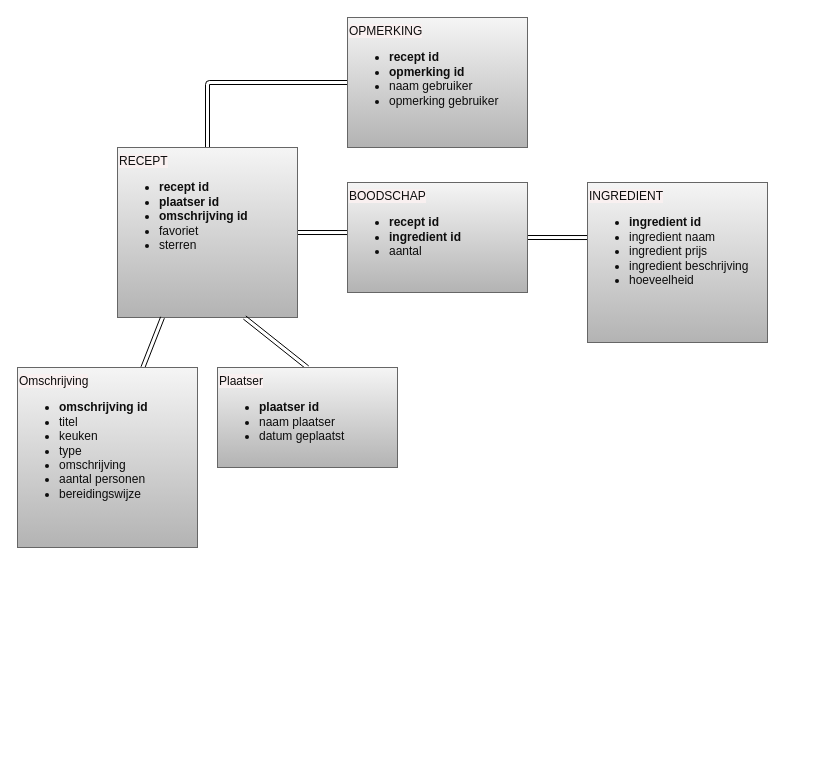
This is Verrukkulluk-ERD.drawio from LiekeDeckers/educom-verrukkulluk, a draw.io file, before an edit. Source tidied: cells renumbered, new cells numbered last; positions are measured from the earlier drawing's top-left corner, leaving out a move shared by most shapes. Both pictures are drawn from the tidied source at 100%, with x=0, y=0 at pixel (17, 17).
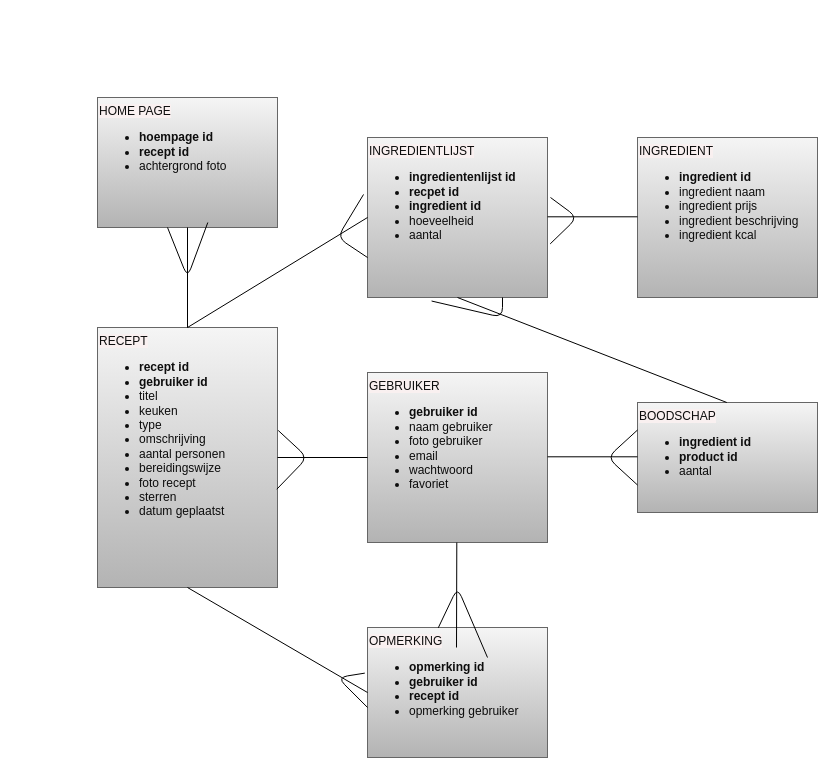
The same page after the edit.

Commit message (it also covers changes not shown here):
VER-ERD-Gegevensmodel-LD-v1 #2

The edit, as a diff of the source:
```diff
@@
-    <mxCell id="2" style="edgeStyle=none;shape=link;html=1;exitX=1;exitY=0.5;exitDx=0;exitDy=0;entryX=0.111;entryY=0.455;entryDx=0;entryDy=0;entryPerimeter=0;fontColor=#0d0d0d;" parent="1" edge="1" source="4" target="6">
-      <mxGeometry relative="1" as="geometry" />
-    </mxCell>
-    <mxCell id="3" style="edgeStyle=none;shape=link;html=1;exitX=0.5;exitY=0;exitDx=0;exitDy=0;entryX=0;entryY=0.5;entryDx=0;entryDy=0;fontColor=#0d0d0d;" parent="1" edge="1" source="4" target="8">
-      <mxGeometry relative="1" as="geometry">
-        <Array as="points">
-          <mxPoint x="190" y="65" />
-        </Array>
-      </mxGeometry>
-    </mxCell>
-    <mxCell id="4" value="&lt;font color=&quot;#0d0d0d&quot;&gt;&lt;span style=&quot;background-color: rgb(249, 240, 240);&quot;&gt;RECEPT&lt;br&gt;&lt;ul&gt;&lt;li&gt;&lt;b&gt;recept id&lt;/b&gt;&lt;/li&gt;&lt;li&gt;&lt;b&gt;plaatser id&lt;/b&gt;&lt;/li&gt;&lt;li&gt;&lt;b&gt;omschrijving id&lt;/b&gt;&lt;/li&gt;&lt;li&gt;favoriet&lt;/li&gt;&lt;li&gt;sterren&lt;/li&gt;&lt;/ul&gt;&lt;/span&gt;&lt;/font&gt;" style="rounded=0;whiteSpace=wrap;html=1;fillColor=#f5f5f5;gradientColor=#b3b3b3;strokeColor=#666666;align=left;verticalAlign=top;" parent="1" vertex="1">
-      <mxGeometry x="100" y="130" width="180" height="170" as="geometry" />
+    <mxCell id="4" value="&lt;font color=&quot;#0d0d0d&quot;&gt;&lt;span style=&quot;background-color: rgb(249, 240, 240);&quot;&gt;RECEPT&lt;br&gt;&lt;ul&gt;&lt;li&gt;&lt;b&gt;recept id&lt;/b&gt;&lt;/li&gt;&lt;li&gt;&lt;b&gt;gebruiker id&lt;/b&gt;&lt;/li&gt;&lt;li&gt;titel&lt;br&gt;&lt;/li&gt;&lt;li&gt;keuken&lt;/li&gt;&lt;li&gt;type&lt;/li&gt;&lt;li&gt;omschrijving&lt;/li&gt;&lt;li&gt;aantal personen&lt;/li&gt;&lt;li&gt;bereidingswijze&lt;/li&gt;&lt;li&gt;foto recept&lt;/li&gt;&lt;li&gt;sterren&lt;/li&gt;&lt;li&gt;datum geplaatst&lt;/li&gt;&lt;/ul&gt;&lt;/span&gt;&lt;/font&gt;" style="rounded=0;whiteSpace=wrap;html=1;fillColor=#f5f5f5;gradientColor=#b3b3b3;strokeColor=#666666;align=left;verticalAlign=top;" parent="1" vertex="1">
+      <mxGeometry x="80" y="310" width="180" height="260" as="geometry" />
     </mxCell>
-    <mxCell id="5" style="edgeStyle=none;shape=link;html=1;exitX=1;exitY=0.5;exitDx=0;exitDy=0;entryX=0.056;entryY=0.344;entryDx=0;entryDy=0;entryPerimeter=0;fontColor=#0d0d0d;" parent="1" edge="1" source="6" target="7">
-      <mxGeometry relative="1" as="geometry" />
-    </mxCell>
-    <mxCell id="6" value="&lt;font color=&quot;#0d0d0d&quot;&gt;&lt;span style=&quot;background-color: rgb(249, 240, 240);&quot;&gt;BOODSCHAP&lt;br&gt;&lt;ul&gt;&lt;li&gt;&lt;b&gt;recept id&lt;/b&gt;&lt;b&gt;&amp;nbsp;&lt;/b&gt;&lt;/li&gt;&lt;li&gt;&lt;b&gt;ingredient id&lt;/b&gt;&lt;/li&gt;&lt;li&gt;aantal&lt;/li&gt;&lt;/ul&gt;&lt;/span&gt;&lt;/font&gt;" style="rounded=0;whiteSpace=wrap;html=1;fillColor=#f5f5f5;gradientColor=#b3b3b3;strokeColor=#666666;align=left;verticalAlign=top;" parent="1" vertex="1">
-      <mxGeometry x="330" y="165" width="180" height="110" as="geometry" />
+    <mxCell id="6" value="&lt;font color=&quot;#0d0d0d&quot;&gt;&lt;span style=&quot;background-color: rgb(249, 240, 240);&quot;&gt;BOODSCHAP&lt;br&gt;&lt;ul&gt;&lt;li&gt;&lt;b&gt;ingredient id&lt;/b&gt;&lt;br&gt;&lt;/li&gt;&lt;li&gt;&lt;b&gt;product id&lt;/b&gt;&lt;/li&gt;&lt;li&gt;aantal&lt;/li&gt;&lt;/ul&gt;&lt;/span&gt;&lt;/font&gt;" style="rounded=0;whiteSpace=wrap;html=1;fillColor=#f5f5f5;gradientColor=#b3b3b3;strokeColor=#666666;align=left;verticalAlign=top;" parent="1" vertex="1">
+      <mxGeometry x="620" y="385" width="180" height="110" as="geometry" />
     </mxCell>
-    <mxCell id="7" value="&lt;font color=&quot;#0d0d0d&quot;&gt;&lt;span style=&quot;background-color: rgb(249, 240, 240);&quot;&gt;INGREDIENT&lt;br&gt;&lt;ul&gt;&lt;li&gt;&lt;b&gt;ingredient id&lt;/b&gt;&lt;/li&gt;&lt;li&gt;ingredient naam&lt;/li&gt;&lt;li&gt;ingredient prijs&lt;/li&gt;&lt;li&gt;ingredient beschrijving&lt;/li&gt;&lt;li&gt;hoeveelheid&lt;/li&gt;&lt;/ul&gt;&lt;/span&gt;&lt;/font&gt;" style="rounded=0;whiteSpace=wrap;html=1;fillColor=#f5f5f5;gradientColor=#b3b3b3;strokeColor=#666666;align=left;verticalAlign=top;" parent="1" vertex="1">
-      <mxGeometry x="570" y="165" width="180" height="160" as="geometry" />
+    <mxCell id="7" value="&lt;font color=&quot;#0d0d0d&quot;&gt;&lt;span style=&quot;background-color: rgb(249, 240, 240);&quot;&gt;INGREDIENT&lt;br&gt;&lt;ul&gt;&lt;li&gt;&lt;b&gt;ingredient id&lt;/b&gt;&lt;/li&gt;&lt;li&gt;ingredient naam&lt;br&gt;&lt;/li&gt;&lt;li&gt;ingredient prijs&lt;/li&gt;&lt;li&gt;ingredient beschrijving&lt;/li&gt;&lt;li&gt;ingredient kcal&lt;/li&gt;&lt;/ul&gt;&lt;/span&gt;&lt;/font&gt;" style="rounded=0;whiteSpace=wrap;html=1;fillColor=#f5f5f5;gradientColor=#b3b3b3;strokeColor=#666666;align=left;verticalAlign=top;" parent="1" vertex="1">
+      <mxGeometry x="620" y="120" width="180" height="160" as="geometry" />
     </mxCell>
-    <mxCell id="8" value="&lt;font color=&quot;#0d0d0d&quot;&gt;&lt;span style=&quot;background-color: rgb(249, 240, 240);&quot;&gt;OPMERKING&lt;br&gt;&lt;ul&gt;&lt;li&gt;&lt;b&gt;recept id&lt;/b&gt;&lt;/li&gt;&lt;li&gt;&lt;b&gt;opmerking id&lt;/b&gt;&lt;/li&gt;&lt;li&gt;naam gebruiker&lt;/li&gt;&lt;li&gt;opmerking gebruiker&lt;/li&gt;&lt;/ul&gt;&lt;/span&gt;&lt;/font&gt;" style="rounded=0;whiteSpace=wrap;html=1;fillColor=#f5f5f5;gradientColor=#b3b3b3;strokeColor=#666666;align=left;verticalAlign=top;" parent="1" vertex="1">
-      <mxGeometry x="330" width="180" height="130" as="geometry" />
+    <mxCell id="8" value="&lt;font color=&quot;#0d0d0d&quot;&gt;&lt;span style=&quot;background-color: rgb(249, 240, 240);&quot;&gt;OPMERKING&lt;br&gt;&lt;ul&gt;&lt;li&gt;&lt;b&gt;opmerking id&lt;/b&gt;&lt;br&gt;&lt;/li&gt;&lt;li&gt;&lt;b&gt;gebruiker id&lt;/b&gt;&lt;/li&gt;&lt;li&gt;&lt;b&gt;recept id&lt;/b&gt;&lt;/li&gt;&lt;li&gt;opmerking gebruiker&lt;/li&gt;&lt;/ul&gt;&lt;/span&gt;&lt;/font&gt;" style="rounded=0;whiteSpace=wrap;html=1;fillColor=#f5f5f5;gradientColor=#b3b3b3;strokeColor=#666666;align=left;verticalAlign=top;" parent="1" vertex="1">
+      <mxGeometry x="350" y="610" width="180" height="130" as="geometry" />
     </mxCell>
-    <mxCell id="9" style="edgeStyle=none;shape=link;html=1;entryX=0.25;entryY=1;entryDx=0;entryDy=0;fontColor=#0d0d0d;" parent="1" edge="1" source="10" target="4">
-      <mxGeometry relative="1" as="geometry" />
-    </mxCell>
-    <mxCell id="10" value="&lt;font color=&quot;#0d0d0d&quot;&gt;&lt;span style=&quot;background-color: rgb(249, 240, 240);&quot;&gt;Omschrijving&lt;br&gt;&lt;ul&gt;&lt;li&gt;&lt;b&gt;omschrijving id&lt;/b&gt;&lt;/li&gt;&lt;li&gt;titel&lt;/li&gt;&lt;li&gt;keuken&lt;/li&gt;&lt;li&gt;type&lt;/li&gt;&lt;li&gt;omschrijving&lt;/li&gt;&lt;li&gt;aantal personen&lt;/li&gt;&lt;li&gt;bereidingswijze&lt;/li&gt;&lt;/ul&gt;&lt;/span&gt;&lt;/font&gt;" style="rounded=0;whiteSpace=wrap;html=1;fillColor=#f5f5f5;gradientColor=#b3b3b3;strokeColor=#666666;align=left;verticalAlign=top;" parent="1" vertex="1">
-      <mxGeometry y="350" width="180" height="180" as="geometry" />
-    </mxCell>
-    <mxCell id="11" style="edgeStyle=none;shape=link;html=1;exitX=0.5;exitY=0;exitDx=0;exitDy=0;entryX=0.706;entryY=1;entryDx=0;entryDy=0;entryPerimeter=0;fontColor=#0d0d0d;" parent="1" edge="1" source="12" target="4">
-      <mxGeometry relative="1" as="geometry" />
-    </mxCell>
-    <mxCell id="12" value="&lt;font color=&quot;#0d0d0d&quot;&gt;&lt;span style=&quot;background-color: rgb(249, 240, 240);&quot;&gt;Plaatser&lt;br&gt;&lt;ul&gt;&lt;li&gt;&lt;b&gt;plaatser id&lt;/b&gt;&lt;br&gt;&lt;/li&gt;&lt;li&gt;naam plaatser&lt;/li&gt;&lt;li&gt;datum geplaatst&lt;/li&gt;&lt;/ul&gt;&lt;/span&gt;&lt;/font&gt;" style="rounded=0;whiteSpace=wrap;html=1;fillColor=#f5f5f5;gradientColor=#b3b3b3;strokeColor=#666666;align=left;verticalAlign=top;" parent="1" vertex="1">
-      <mxGeometry x="200" y="350" width="180" height="100" as="geometry" />
-    </mxCell>
+    <mxCell id="13" value="&lt;font color=&quot;#0d0d0d&quot;&gt;&lt;span style=&quot;background-color: rgb(249, 240, 240);&quot;&gt;GEBRUIKER&lt;br&gt;&lt;ul&gt;&lt;li&gt;&lt;b&gt;gebruiker id&lt;/b&gt;&lt;br&gt;&lt;/li&gt;&lt;li&gt;naam gebruiker&lt;/li&gt;&lt;li&gt;foto gebruiker&lt;br&gt;&lt;/li&gt;&lt;li&gt;email&lt;/li&gt;&lt;li&gt;wachtwoord&lt;/li&gt;&lt;li&gt;favoriet&lt;/li&gt;&lt;/ul&gt;&lt;/span&gt;&lt;/font&gt;" style="rounded=0;whiteSpace=wrap;html=1;fillColor=#f5f5f5;gradientColor=#b3b3b3;strokeColor=#666666;align=left;verticalAlign=top;" parent="1" vertex="1">
+      <mxGeometry x="350" y="355" width="180" height="170" as="geometry" />
+    </mxCell>
+    <mxCell id="14" value="&lt;font color=&quot;#0d0d0d&quot;&gt;&lt;span style=&quot;background-color: rgb(249, 240, 240);&quot;&gt;INGREDIENTLIJST&lt;br&gt;&lt;ul&gt;&lt;li&gt;&lt;b&gt;ingredientenlijst id&lt;/b&gt;&lt;/li&gt;&lt;li&gt;&lt;b&gt;recpet id&lt;/b&gt;&lt;/li&gt;&lt;li&gt;&lt;b&gt;ingredient id&lt;/b&gt;&lt;/li&gt;&lt;li&gt;hoeveelheid&lt;/li&gt;&lt;li&gt;aantal&lt;/li&gt;&lt;/ul&gt;&lt;/span&gt;&lt;/font&gt;" style="rounded=0;whiteSpace=wrap;html=1;fillColor=#f5f5f5;gradientColor=#b3b3b3;strokeColor=#666666;align=left;verticalAlign=top;" parent="1" vertex="1">
+      <mxGeometry x="350" y="120" width="180" height="160" as="geometry" />
+    </mxCell>
+    <mxCell id="15" value="&lt;font color=&quot;#0d0d0d&quot;&gt;&lt;span style=&quot;background-color: rgb(249, 240, 240);&quot;&gt;HOME PAGE&lt;br&gt;&lt;ul&gt;&lt;li&gt;&lt;b&gt;hoempage id&lt;/b&gt;&lt;br&gt;&lt;/li&gt;&lt;li&gt;&lt;b&gt;recept id&lt;/b&gt;&lt;/li&gt;&lt;li&gt;achtergrond foto&lt;/li&gt;&lt;/ul&gt;&lt;/span&gt;&lt;/font&gt;" style="rounded=0;whiteSpace=wrap;html=1;fillColor=#f5f5f5;gradientColor=#b3b3b3;strokeColor=#666666;align=left;verticalAlign=top;" parent="1" vertex="1">
+      <mxGeometry x="80" y="80" width="180" height="130" as="geometry" />
+    </mxCell>
+    <mxCell id="16" style="endArrow=none;html=1;entryX=0.5;entryY=1;entryDx=0;entryDy=0;" parent="1" edge="1" target="15">
+      <mxGeometry relative="1" as="geometry">
+        <mxPoint x="170" y="310" as="sourcePoint" />
+      </mxGeometry>
+    </mxCell>
+    <mxCell id="17" style="endArrow=none;html=1;entryX=0;entryY=0.5;entryDx=0;entryDy=0;exitX=0.5;exitY=0;exitDx=0;exitDy=0;" parent="1" edge="1" source="4" target="14">
+      <mxGeometry relative="1" as="geometry" />
+    </mxCell>
+    <mxCell id="18" style="endArrow=none;html=1;entryX=0.5;entryY=1;entryDx=0;entryDy=0;" parent="1" edge="1">
+      <mxGeometry relative="1" as="geometry">
+        <mxPoint x="439" y="630" as="sourcePoint" />
+        <mxPoint x="439.3" y="525" as="targetPoint" />
+      </mxGeometry>
+    </mxCell>
+    <mxCell id="19" style="endArrow=none;html=1;entryX=0;entryY=0.5;entryDx=0;entryDy=0;exitX=1;exitY=0.5;exitDx=0;exitDy=0;" parent="1" edge="1" source="4" target="13">
+      <mxGeometry relative="1" as="geometry" />
+    </mxCell>
+    <mxCell id="20" style="endArrow=none;html=1;entryX=0;entryY=0.5;entryDx=0;entryDy=0;exitX=1;exitY=0.5;exitDx=0;exitDy=0;" parent="1" edge="1">
+      <mxGeometry relative="1" as="geometry">
+        <mxPoint x="530" y="439.3" as="sourcePoint" />
+        <mxPoint x="620" y="439.3" as="targetPoint" />
+      </mxGeometry>
+    </mxCell>
+    <mxCell id="21" style="endArrow=none;html=1;entryX=0;entryY=0.5;entryDx=0;entryDy=0;exitX=1;exitY=0.5;exitDx=0;exitDy=0;" parent="1" edge="1">
+      <mxGeometry relative="1" as="geometry">
+        <mxPoint x="530" y="199.3" as="sourcePoint" />
+        <mxPoint x="620" y="199.3" as="targetPoint" />
+      </mxGeometry>
+    </mxCell>
+    <mxCell id="3" style="endArrow=none;html=1;entryX=0;entryY=0.5;entryDx=0;entryDy=0;exitX=0.5;exitY=1;exitDx=0;exitDy=0;" parent="1" edge="1" source="4" target="8">
+      <mxGeometry relative="1" as="geometry" />
+    </mxCell>
+    <mxCell id="22" style="endArrow=none;html=1;entryX=-0.015;entryY=0.351;entryDx=0;entryDy=0;entryPerimeter=0;exitX=0;exitY=0.615;exitDx=0;exitDy=0;exitPerimeter=0;" parent="1" edge="1" source="8" target="8">
+      <mxGeometry relative="1" as="geometry">
+        <Array as="points">
+          <mxPoint x="320" y="660" />
+        </Array>
+      </mxGeometry>
+    </mxCell>
+    <mxCell id="23" style="endArrow=none;html=1;exitX=0.393;exitY=0.003;exitDx=0;exitDy=0;exitPerimeter=0;" parent="1" edge="1" source="8">
+      <mxGeometry relative="1" as="geometry">
+        <mxPoint x="470" y="640" as="targetPoint" />
+        <Array as="points">
+          <mxPoint x="440" y="570" />
+        </Array>
+      </mxGeometry>
+    </mxCell>
+    <mxCell id="24" style="endArrow=none;html=1;entryX=1.004;entryY=0.396;entryDx=0;entryDy=0;exitX=0.996;exitY=0.622;exitDx=0;exitDy=0;entryPerimeter=0;exitPerimeter=0;" parent="1" edge="1" source="4" target="4">
+      <mxGeometry relative="1" as="geometry">
+        <Array as="points">
+          <mxPoint x="290" y="440" />
+        </Array>
+      </mxGeometry>
+    </mxCell>
+    <mxCell id="25" style="endArrow=none;html=1;entryX=0;entryY=0.75;entryDx=0;entryDy=0;exitX=0;exitY=0.25;exitDx=0;exitDy=0;" parent="1" edge="1" source="6" target="6">
+      <mxGeometry relative="1" as="geometry">
+        <Array as="points">
+          <mxPoint x="590" y="440" />
+        </Array>
+      </mxGeometry>
+    </mxCell>
+    <mxCell id="26" style="endArrow=none;html=1;entryX=0.5;entryY=1;entryDx=0;entryDy=0;" parent="1" edge="1" target="14">
+      <mxGeometry relative="1" as="geometry">
+        <mxPoint x="709.3" y="385" as="sourcePoint" />
+      </mxGeometry>
+    </mxCell>
+    <mxCell id="27" style="endArrow=none;html=1;entryX=0.75;entryY=1;entryDx=0;entryDy=0;exitX=0.356;exitY=1.022;exitDx=0;exitDy=0;exitPerimeter=0;" parent="1" edge="1" source="14" target="14">
+      <mxGeometry relative="1" as="geometry">
+        <Array as="points">
+          <mxPoint x="485" y="300" />
+        </Array>
+      </mxGeometry>
+    </mxCell>
+    <mxCell id="28" style="endArrow=none;html=1;entryX=0.5;entryY=1;entryDx=0;entryDy=0;exitX=0.389;exitY=1;exitDx=0;exitDy=0;exitPerimeter=0;" parent="1" edge="1" source="15">
+      <mxGeometry relative="1" as="geometry">
+        <mxPoint x="190.3" y="205" as="targetPoint" />
+        <Array as="points">
+          <mxPoint x="170" y="260" />
+        </Array>
+      </mxGeometry>
+    </mxCell>
+    <mxCell id="29" style="endArrow=none;html=1;entryX=-0.022;entryY=0.356;entryDx=0;entryDy=0;exitX=0;exitY=0.75;exitDx=0;exitDy=0;entryPerimeter=0;" parent="1" edge="1" source="14" target="14">
+      <mxGeometry relative="1" as="geometry">
+        <Array as="points">
+          <mxPoint x="320" y="220" />
+        </Array>
+      </mxGeometry>
+    </mxCell>
+    <mxCell id="30" style="endArrow=none;html=1;exitX=1.015;exitY=0.665;exitDx=0;exitDy=0;exitPerimeter=0;" parent="1" edge="1" source="14">
+      <mxGeometry relative="1" as="geometry">
+        <mxPoint x="533" y="180" as="targetPoint" />
+        <Array as="points">
+          <mxPoint x="560" y="200" />
+        </Array>
+      </mxGeometry>
+    </mxCell>
```
